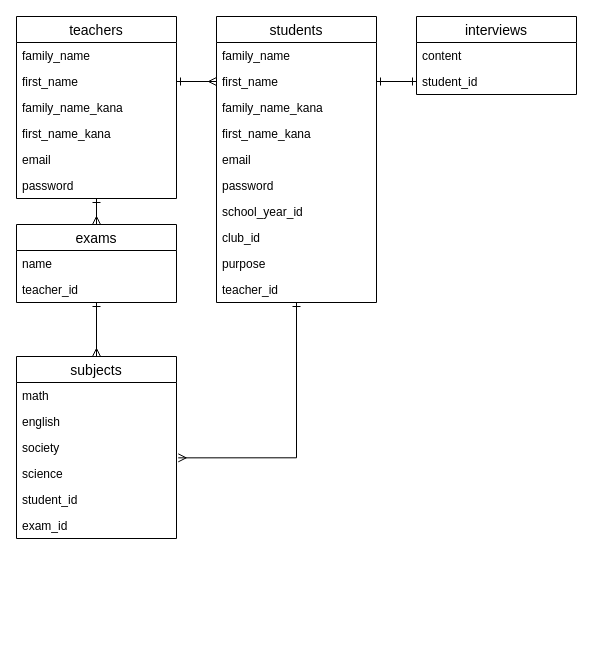
Earlier version of the draw.io diagram ERD.dio (fukushima-group/online_kyouzai). Source tidied: cells renumbered, new cells numbered last; positions are measured from the earlier drawing's top-left corner, leaving out a move shared by most shapes. Both pictures are drawn from the tidied source at 100%, with x=0, y=0 at pixel (16, 16).
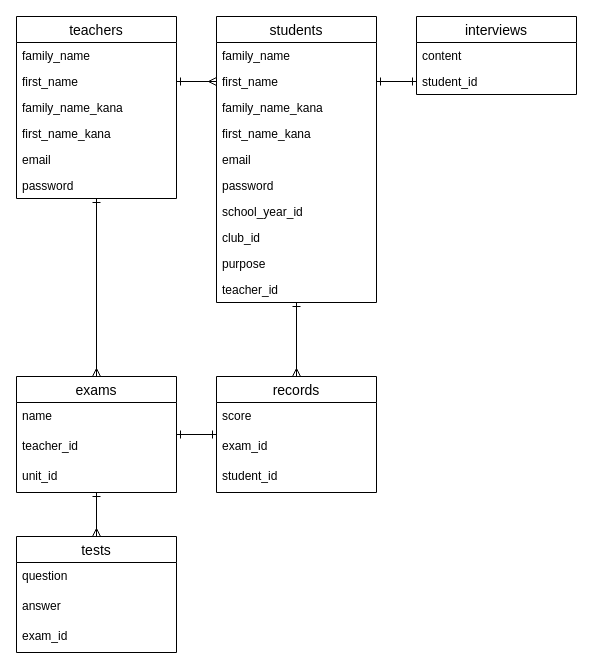
Above is the later version.

Unchanged cells that the change refers to:
```xml
<mxCell id="5" value="first_name" style="text;strokeColor=none;fillColor=none;spacingLeft=4;spacingRight=4;overflow=hidden;points=[[0,0.5],[1,0.5]];portConstraint=eastwest;fontSize=12;" parent="3" vertex="1">
  <mxGeometry y="52" width="160" height="26" as="geometry" />
</mxCell>
<mxCell id="11" value="students" style="swimlane;fontStyle=0;horizontal=1;startSize=26;align=center;fontSize=14;" parent="1" vertex="1">
  <mxGeometry x="200" width="160" height="286" as="geometry" />
</mxCell>
<mxCell id="13" value="first_name" style="text;strokeColor=none;fillColor=none;spacingLeft=4;spacingRight=4;overflow=hidden;points=[[0,0.5],[1,0.5]];portConstraint=eastwest;fontSize=12;" parent="11" vertex="1">
  <mxGeometry y="52" width="160" height="26" as="geometry" />
</mxCell>
<mxCell id="24" value="student_id" style="text;strokeColor=none;fillColor=none;spacingLeft=4;spacingRight=4;overflow=hidden;points=[[0,0.5],[1,0.5]];portConstraint=eastwest;fontSize=12;" parent="22" vertex="1">
  <mxGeometry y="52" width="160" height="26" as="geometry" />
</mxCell>
```

The edit, as a diff of the source:
```diff
@@
-    <mxCell id="10" style="edgeStyle=orthogonalEdgeStyle;rounded=0;jettySize=auto;html=1;entryX=1.011;entryY=-0.102;entryDx=0;entryDy=0;startArrow=ERone;startFill=0;endArrow=ERmany;endFill=0;entryPerimeter=0;" parent="1" edge="1" source="11" target="33">
-      <mxGeometry relative="1" as="geometry" />
-    </mxCell>
+    <mxCell id="38" style="edgeStyle=orthogonalEdgeStyle;rounded=0;jettySize=auto;html=1;entryX=0.5;entryY=0;entryDx=0;entryDy=0;startArrow=ERone;startFill=0;endArrow=ERmany;endFill=0;" parent="1" edge="1" source="11" target="39">
+      <mxGeometry relative="1" as="geometry" />
+    </mxCell>
@@
-    <mxCell id="25" style="edgeStyle=orthogonalEdgeStyle;rounded=0;jettySize=auto;html=1;entryX=0.5;entryY=0;entryDx=0;entryDy=0;startArrow=ERone;startFill=0;endArrow=ERmany;endFill=0;" parent="1" edge="1" source="26" target="29">
-      <mxGeometry relative="1" as="geometry" />
-    </mxCell>
+    <mxCell id="36" style="edgeStyle=orthogonalEdgeStyle;rounded=0;jettySize=auto;html=1;entryX=0;entryY=0.5;entryDx=0;entryDy=0;startArrow=ERone;startFill=0;endArrow=ERmany;endFill=0;" parent="1" edge="1" source="5" target="13">
+      <mxGeometry relative="1" as="geometry" />
+    </mxCell>
+    <mxCell id="37" style="edgeStyle=orthogonalEdgeStyle;rounded=0;jettySize=auto;html=1;entryX=0;entryY=0.5;entryDx=0;entryDy=0;startArrow=ERone;startFill=0;endArrow=ERone;endFill=0;" parent="1" edge="1" source="13" target="24">
+      <mxGeometry relative="1" as="geometry" />
+    </mxCell>
+    <mxCell id="39" value="records" style="swimlane;fontStyle=0;horizontal=1;startSize=26;align=center;fontSize=14;" parent="1" vertex="1">
+      <mxGeometry x="200" y="360" width="160" height="116" as="geometry" />
+    </mxCell>
+    <mxCell id="40" value="score" style="text;strokeColor=none;fillColor=none;spacingLeft=4;spacingRight=4;overflow=hidden;fontSize=12;" parent="39" vertex="1">
+      <mxGeometry y="26" width="160" height="30" as="geometry" />
+    </mxCell>
+    <mxCell id="41" value="exam_id" style="text;strokeColor=none;fillColor=none;spacingLeft=4;spacingRight=4;overflow=hidden;points=[[0,0.5],[1,0.5]];portConstraint=eastwest;fontSize=12;" parent="39" vertex="1">
+      <mxGeometry y="56" width="160" height="30" as="geometry" />
+    </mxCell>
+    <mxCell id="34" value="student_id" style="text;strokeColor=none;fillColor=none;spacingLeft=4;spacingRight=4;overflow=hidden;fontSize=12;" parent="39" vertex="1">
+      <mxGeometry y="86" width="160" height="30" as="geometry" />
+    </mxCell>
+    <mxCell id="42" style="edgeStyle=orthogonalEdgeStyle;rounded=0;jettySize=auto;html=1;entryX=0.5;entryY=0;entryDx=0;entryDy=0;startArrow=ERone;startFill=0;endArrow=ERmany;endFill=0;" parent="1" edge="1" source="26" target="45">
+      <mxGeometry relative="1" as="geometry" />
+    </mxCell>
+    <mxCell id="43" style="edgeStyle=orthogonalEdgeStyle;rounded=0;jettySize=auto;html=1;entryX=0;entryY=0.067;entryDx=0;entryDy=0;entryPerimeter=0;startArrow=ERone;startFill=0;endArrow=ERone;endFill=0;" parent="1" edge="1" source="26" target="41">
+      <mxGeometry relative="1" as="geometry" />
+    </mxCell>
-    <mxCell id="26" value="exams" style="swimlane;fontStyle=0;horizontal=1;startSize=26;align=center;fontSize=14;fillColor=none;" parent="1" vertex="1">
-      <mxGeometry y="208" width="160" height="78" as="geometry" />
+    <mxCell id="26" value="exams" style="swimlane;fontStyle=0;horizontal=1;startSize=26;align=center;fontSize=14;" parent="1" vertex="1">
+      <mxGeometry y="360" width="160" height="116" as="geometry" />
     </mxCell>
     <mxCell id="27" value="name" style="text;strokeColor=none;fillColor=none;spacingLeft=4;spacingRight=4;overflow=hidden;fontSize=12;" parent="26" vertex="1">
-      <mxGeometry y="26" width="160" height="26" as="geometry" />
+      <mxGeometry y="26" width="160" height="30" as="geometry" />
     </mxCell>
     <mxCell id="28" value="teacher_id" style="text;strokeColor=none;fillColor=none;spacingLeft=4;spacingRight=4;overflow=hidden;fontSize=12;" parent="26" vertex="1">
-      <mxGeometry y="52" width="160" height="26" as="geometry" />
+      <mxGeometry y="56" width="160" height="30" as="geometry" />
     </mxCell>
-    <mxCell id="29" value="subjects" style="swimlane;fontStyle=0;horizontal=1;startSize=26;align=center;fontSize=14;fillColor=none;" parent="1" vertex="1">
-      <mxGeometry y="340" width="160" height="182" as="geometry" />
-    </mxCell>
-    <mxCell id="30" value="math" style="text;strokeColor=none;fillColor=none;spacingLeft=4;spacingRight=4;overflow=hidden;fontSize=12;" parent="29" vertex="1">
-      <mxGeometry y="26" width="160" height="26" as="geometry" />
-    </mxCell>
-    <mxCell id="31" value="english" style="text;strokeColor=none;fillColor=none;spacingLeft=4;spacingRight=4;overflow=hidden;fontSize=12;" parent="29" vertex="1">
-      <mxGeometry y="52" width="160" height="26" as="geometry" />
-    </mxCell>
-    <mxCell id="32" value="society" style="text;strokeColor=none;fillColor=none;spacingLeft=4;spacingRight=4;overflow=hidden;fontSize=12;" parent="29" vertex="1">
-      <mxGeometry y="78" width="160" height="26" as="geometry" />
-    </mxCell>
-    <mxCell id="33" value="science" style="text;strokeColor=none;fillColor=none;spacingLeft=4;spacingRight=4;overflow=hidden;points=[[0,0.5],[1,0.5]];portConstraint=eastwest;fontSize=12;" parent="29" vertex="1">
-      <mxGeometry y="104" width="160" height="26" as="geometry" />
-    </mxCell>
-    <mxCell id="34" value="student_id" style="text;strokeColor=none;fillColor=none;spacingLeft=4;spacingRight=4;overflow=hidden;fontSize=12;" parent="29" vertex="1">
-      <mxGeometry y="130" width="160" height="26" as="geometry" />
-    </mxCell>
-    <mxCell id="35" value="exam_id" style="text;strokeColor=none;fillColor=none;spacingLeft=4;spacingRight=4;overflow=hidden;fontSize=12;" parent="29" vertex="1">
-      <mxGeometry y="156" width="160" height="26" as="geometry" />
-    </mxCell>
-    <mxCell id="36" style="edgeStyle=orthogonalEdgeStyle;rounded=0;jettySize=auto;html=1;entryX=0;entryY=0.5;entryDx=0;entryDy=0;startArrow=ERone;startFill=0;endArrow=ERmany;endFill=0;" parent="1" edge="1" source="5" target="13">
-      <mxGeometry relative="1" as="geometry" />
-    </mxCell>
-    <mxCell id="37" style="edgeStyle=orthogonalEdgeStyle;rounded=0;jettySize=auto;html=1;entryX=0;entryY=0.5;entryDx=0;entryDy=0;startArrow=ERone;startFill=0;endArrow=ERone;endFill=0;" parent="1" edge="1" source="13" target="24">
-      <mxGeometry relative="1" as="geometry" />
-    </mxCell>
+    <mxCell id="44" value="unit_id" style="text;strokeColor=none;fillColor=none;spacingLeft=4;spacingRight=4;overflow=hidden;fontSize=12;" parent="26" vertex="1">
+      <mxGeometry y="86" width="160" height="30" as="geometry" />
+    </mxCell>
+    <mxCell id="45" value="tests" style="swimlane;fontStyle=0;horizontal=1;startSize=26;align=center;fontSize=14;" parent="1" vertex="1">
+      <mxGeometry y="520" width="160" height="116" as="geometry" />
+    </mxCell>
+    <mxCell id="46" value="question" style="text;strokeColor=none;fillColor=none;spacingLeft=4;spacingRight=4;overflow=hidden;fontSize=12;" parent="45" vertex="1">
+      <mxGeometry y="26" width="160" height="30" as="geometry" />
+    </mxCell>
+    <mxCell id="47" value="answer" style="text;strokeColor=none;fillColor=none;spacingLeft=4;spacingRight=4;overflow=hidden;fontSize=12;" parent="45" vertex="1">
+      <mxGeometry y="56" width="160" height="30" as="geometry" />
+    </mxCell>
+    <mxCell id="48" value="exam_id" style="text;strokeColor=none;fillColor=none;spacingLeft=4;spacingRight=4;overflow=hidden;fontSize=12;" parent="45" vertex="1">
+      <mxGeometry y="86" width="160" height="30" as="geometry" />
+    </mxCell>
```
